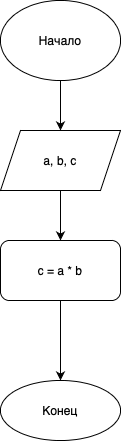
Earlier version of the draw.io export task1/task1.png (HoxtonRare/Homework). Source tidied: cells renumbered, new cells last; positions are measured from the earlier drawing's top-left corner, leaving out a move shared by most shapes. Its diagram source:
```xml
<mxGraphModel>
  <root>
    <mxCell id="0" />
    <mxCell id="1" parent="0" />
    <mxCell id="2" style="edgeStyle=orthogonalEdgeStyle;rounded=0;jettySize=auto;html=1;" parent="1" edge="1" source="3" target="5">
      <mxGeometry relative="1" as="geometry" />
    </mxCell>
    <mxCell id="3" value="Начало" style="ellipse;whiteSpace=wrap;html=1;" parent="1" vertex="1">
      <mxGeometry width="120" height="80" as="geometry" />
    </mxCell>
    <mxCell id="4" style="edgeStyle=orthogonalEdgeStyle;rounded=0;jettySize=auto;html=1;" parent="1" edge="1" source="5" target="7">
      <mxGeometry relative="1" as="geometry" />
    </mxCell>
    <mxCell id="5" value="a, b, c" style="shape=parallelogram;perimeter=parallelogramPerimeter;whiteSpace=wrap;html=1;fixedSize=1;" parent="1" vertex="1">
      <mxGeometry y="130" width="120" height="60" as="geometry" />
    </mxCell>
    <mxCell id="6" style="edgeStyle=orthogonalEdgeStyle;rounded=0;jettySize=auto;html=1;" parent="1" edge="1" source="7" target="8">
      <mxGeometry relative="1" as="geometry" />
    </mxCell>
    <mxCell id="7" value="c = a * b" style="rounded=1;whiteSpace=wrap;html=1;" parent="1" vertex="1">
      <mxGeometry y="240" width="120" height="60" as="geometry" />
    </mxCell>
    <mxCell id="8" value="Конец" style="ellipse;whiteSpace=wrap;html=1;rounded=1;" parent="1" vertex="1">
      <mxGeometry y="380" width="120" height="60" as="geometry" />
    </mxCell>
  </root>
</mxGraphModel>
```
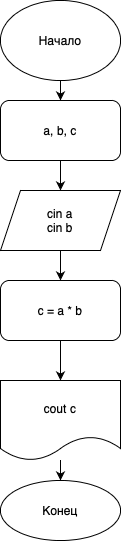
After the change.

The edit, as a diff of the source:
```diff
@@ -8,20 +8,34 @@
     <mxCell id="3" value="Начало" style="ellipse;whiteSpace=wrap;html=1;" parent="1" vertex="1">
       <mxGeometry width="120" height="80" as="geometry" />
     </mxCell>
-    <mxCell id="4" style="edgeStyle=orthogonalEdgeStyle;rounded=0;jettySize=auto;html=1;" parent="1" edge="1" source="5" target="7">
-      <mxGeometry relative="1" as="geometry" />
+    <mxCell id="4" style="edgeStyle=orthogonalEdgeStyle;rounded=0;jettySize=auto;html=1;" parent="1" edge="1" target="7">
+      <mxGeometry relative="1" as="geometry">
+        <mxPoint x="60" y="250" as="sourcePoint" />
+      </mxGeometry>
     </mxCell>
-    <mxCell id="5" value="a, b, c" style="shape=parallelogram;perimeter=parallelogramPerimeter;whiteSpace=wrap;html=1;fixedSize=1;" parent="1" vertex="1">
-      <mxGeometry y="130" width="120" height="60" as="geometry" />
-    </mxCell>
-    <mxCell id="6" style="edgeStyle=orthogonalEdgeStyle;rounded=0;jettySize=auto;html=1;" parent="1" edge="1" source="7" target="8">
-      <mxGeometry relative="1" as="geometry" />
-    </mxCell>
+    <mxCell id="9" style="edgeStyle=orthogonalEdgeStyle;rounded=0;jettySize=auto;html=1;" parent="1" edge="1" source="7" target="13">
+      <mxGeometry relative="1" as="geometry" />
+    </mxCell>
     <mxCell id="7" value="c = a * b" style="rounded=1;whiteSpace=wrap;html=1;" parent="1" vertex="1">
-      <mxGeometry y="240" width="120" height="60" as="geometry" />
+      <mxGeometry y="280" width="120" height="60" as="geometry" />
     </mxCell>
     <mxCell id="8" value="Конец" style="ellipse;whiteSpace=wrap;html=1;rounded=1;" parent="1" vertex="1">
-      <mxGeometry y="380" width="120" height="60" as="geometry" />
+      <mxGeometry y="480" width="120" height="60" as="geometry" />
     </mxCell>
+    <mxCell id="10" value="cin a&lt;br&gt;cin b" style="shape=parallelogram;perimeter=parallelogramPerimeter;whiteSpace=wrap;html=1;fixedSize=1;" parent="1" vertex="1">
+      <mxGeometry y="190" width="120" height="60" as="geometry" />
+    </mxCell>
+    <mxCell id="11" style="edgeStyle=orthogonalEdgeStyle;rounded=0;jettySize=auto;html=1;" parent="1" edge="1" source="5" target="10">
+      <mxGeometry relative="1" as="geometry" />
+    </mxCell>
+    <mxCell id="5" value="a, b, c" style="rounded=1;whiteSpace=wrap;html=1;" parent="1" vertex="1">
+      <mxGeometry y="100" width="120" height="60" as="geometry" />
+    </mxCell>
+    <mxCell id="12" style="edgeStyle=orthogonalEdgeStyle;rounded=0;jettySize=auto;html=1;" parent="1" edge="1" source="13" target="8">
+      <mxGeometry relative="1" as="geometry" />
+    </mxCell>
+    <mxCell id="13" value="cout c" style="shape=document;whiteSpace=wrap;html=1;boundedLbl=1;" parent="1" vertex="1">
+      <mxGeometry y="380" width="120" height="80" as="geometry" />
+    </mxCell>
   </root>
 </mxGraphModel>
```
